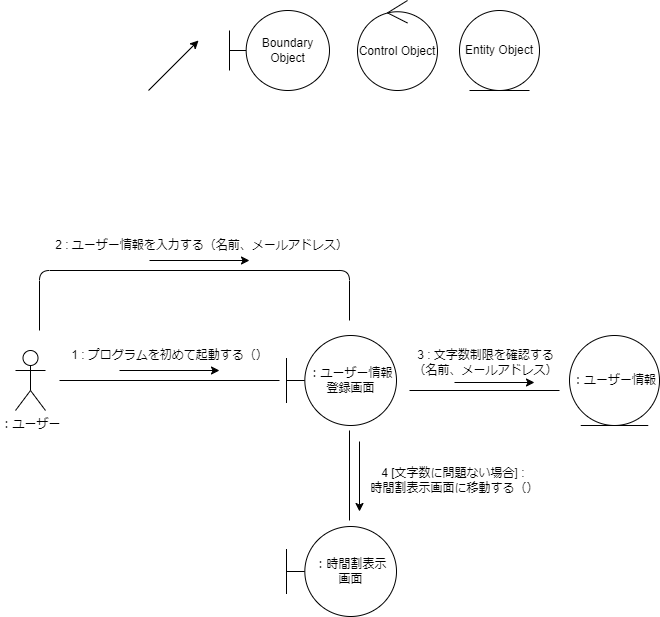
masaki1234567/psp4 keeps this draw.io diagram as 構造図/コミュニケーション図/コミュニケーション図＿ユーザー情報入力.drawio.png. Above is the earlier version. Source tidied: cells renumbered, new cells last; positions are measured from the earlier drawing's top-left corner, leaving out a move shared by most shapes.
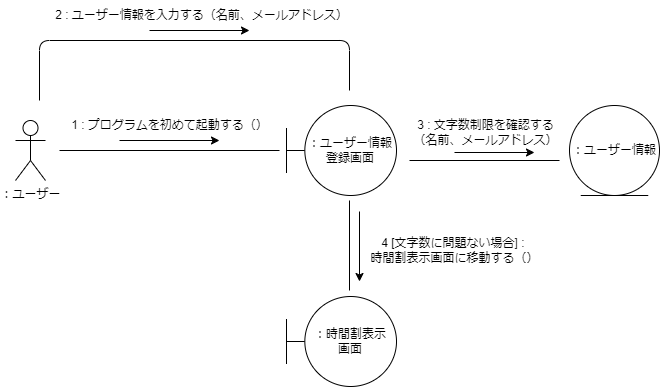
The same file after the commit.

Change to the diagram source:
```diff
@@ -11,21 +11,6 @@
     <mxCell id="3" value="：ユーザー" style="shape=umlActor;verticalLabelPosition=bottom;verticalAlign=top;html=1;" parent="1" vertex="1">
       <mxGeometry y="350" width="30" height="60" as="geometry" />
     </mxCell>
-    <mxCell id="4" value="Boundary Object" style="shape=umlBoundary;whiteSpace=wrap;html=1;" parent="1" vertex="1">
-      <mxGeometry x="214" y="10" width="100" height="80" as="geometry" />
-    </mxCell>
-    <mxCell id="5" value="Control Object" style="ellipse;shape=umlControl;whiteSpace=wrap;html=1;" parent="1" vertex="1">
-      <mxGeometry x="342" width="80" height="90" as="geometry" />
-    </mxCell>
-    <mxCell id="6" value="Entity Object" style="ellipse;shape=umlEntity;whiteSpace=wrap;html=1;" parent="1" vertex="1">
-      <mxGeometry x="444" y="10" width="80" height="80" as="geometry" />
-    </mxCell>
-    <mxCell id="7" style="endArrow=classic;html=1;" parent="1" edge="1">
-      <mxGeometry relative="1" as="geometry">
-        <mxPoint x="133" y="90" as="sourcePoint" />
-        <mxPoint x="183" y="40" as="targetPoint" />
-      </mxGeometry>
-    </mxCell>
     <mxCell id="8" value="：ユーザー情報登録画面" style="shape=umlBoundary;whiteSpace=wrap;html=1;" parent="1" vertex="1">
       <mxGeometry x="271" y="335" width="110" height="90" as="geometry" />
     </mxCell>
```
